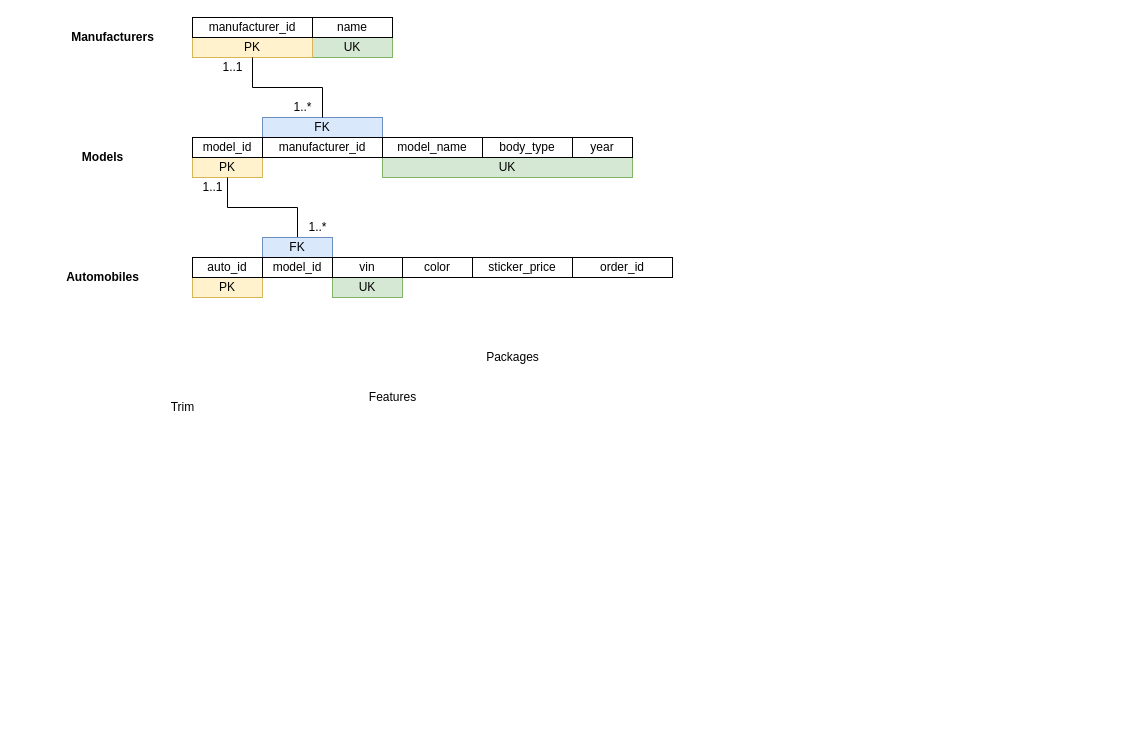
Earlier version of the draw.io diagram page "Scheme" (2 of 2) of Project 2.drawio (AnthraciteData/CECS-323-). Source tidied: cells renumbered, new cells numbered last; positions are measured from the earlier drawing's top-left corner, leaving out a move shared by most shapes. Both pictures are drawn from the tidied source at 100%, with x=0, y=0 at pixel (57, 17).
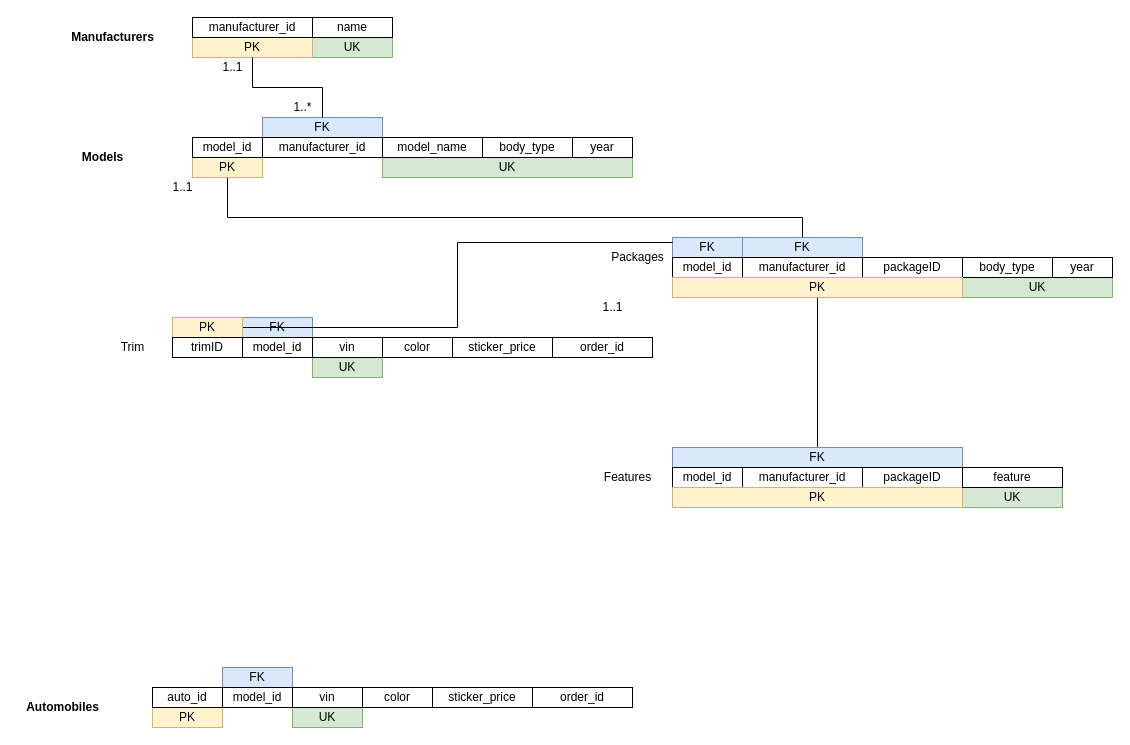
After the change.

Unchanged cells that the change refers to:
```xml
<mxCell id="12" value="PK" style="whiteSpace=wrap;html=1;fillColor=#fff2cc;strokeColor=#d6b656;" parent="1" vertex="1">
  <mxGeometry x="135" y="140" width="70" height="20" as="geometry" />
</mxCell>
```

What changed in the source:
```diff
@@
     <mxCell id="3" value="UK" style="whiteSpace=wrap;html=1;fillColor=#d5e8d4;strokeColor=#82b366;" parent="1" vertex="1">
-      <mxGeometry x="275" y="260" width="70" height="20" as="geometry" />
+      <mxGeometry x="235" y="690" width="70" height="20" as="geometry" />
     </mxCell>
     <mxCell id="4" value="vin" style="whiteSpace=wrap;html=1;" parent="1" vertex="1">
-      <mxGeometry x="275" y="240" width="70" height="20" as="geometry" />
+      <mxGeometry x="235" y="670" width="70" height="20" as="geometry" />
     </mxCell>
@@
+    <mxCell id="35" style="edgeStyle=orthogonalEdgeStyle;rounded=0;jettySize=auto;html=1;entryX=0.5;entryY=0;entryDx=0;entryDy=0;endArrow=none;endFill=0;" parent="1" edge="1" source="12" target="36">
+      <mxGeometry relative="1" as="geometry">
+        <Array as="points">
+          <mxPoint x="170" y="200" />
+          <mxPoint x="745" y="200" />
+        </Array>
+      </mxGeometry>
+    </mxCell>
@@
-    <mxCell id="21" style="edgeStyle=orthogonalEdgeStyle;rounded=0;jettySize=auto;html=1;entryX=0.5;entryY=1;entryDx=0;entryDy=0;endArrow=none;endFill=0;" parent="1" edge="1" source="22" target="12">
-      <mxGeometry relative="1" as="geometry" />
-    </mxCell>
     <mxCell id="22" value="FK" style="whiteSpace=wrap;html=1;fillColor=#dae8fc;strokeColor=#6c8ebf;" parent="1" vertex="1">
-      <mxGeometry x="205" y="220" width="70" height="20" as="geometry" />
+      <mxGeometry x="165" y="650" width="70" height="20" as="geometry" />
     </mxCell>
     <mxCell id="23" value="Automobiles" style="text;html=1;align=center;verticalAlign=middle;strokeColor=none;fillColor=none;fontStyle=1;" parent="1" vertex="1">
-      <mxGeometry y="250" width="90" height="20" as="geometry" />
+      <mxGeometry x="-40" y="680" width="90" height="20" as="geometry" />
     </mxCell>
     <mxCell id="24" value="PK" style="whiteSpace=wrap;html=1;fillColor=#fff2cc;strokeColor=#d6b656;" parent="1" vertex="1">
-      <mxGeometry x="135" y="260" width="70" height="20" as="geometry" />
+      <mxGeometry x="95" y="690" width="70" height="20" as="geometry" />
     </mxCell>
     <mxCell id="25" value="auto_id" style="whiteSpace=wrap;html=1;" parent="1" vertex="1">
-      <mxGeometry x="135" y="240" width="70" height="20" as="geometry" />
+      <mxGeometry x="95" y="670" width="70" height="20" as="geometry" />
     </mxCell>
     <mxCell id="26" value="model_id" style="whiteSpace=wrap;html=1;" parent="1" vertex="1">
-      <mxGeometry x="205" y="240" width="70" height="20" as="geometry" />
+      <mxGeometry x="165" y="670" width="70" height="20" as="geometry" />
     </mxCell>
     <mxCell id="27" value="1..1" style="text;html=1;align=center;verticalAlign=middle;strokeColor=none;fillColor=none;" parent="1" vertex="1">
-      <mxGeometry x="135" y="160" width="40" height="20" as="geometry" />
+      <mxGeometry x="105" y="160" width="40" height="20" as="geometry" />
     </mxCell>
-    <mxCell id="28" value="1..*" style="text;html=1;align=center;verticalAlign=middle;strokeColor=none;fillColor=none;" parent="1" vertex="1">
-      <mxGeometry x="245" y="200" width="30" height="20" as="geometry" />
-    </mxCell>
     <mxCell id="29" value="color" style="whiteSpace=wrap;html=1;" parent="1" vertex="1">
-      <mxGeometry x="345" y="240" width="70" height="20" as="geometry" />
+      <mxGeometry x="305" y="670" width="70" height="20" as="geometry" />
     </mxCell>
     <mxCell id="30" value="sticker_price" style="whiteSpace=wrap;html=1;" parent="1" vertex="1">
-      <mxGeometry x="415" y="240" width="100" height="20" as="geometry" />
+      <mxGeometry x="375" y="670" width="100" height="20" as="geometry" />
     </mxCell>
     <mxCell id="31" value="order_id" style="whiteSpace=wrap;html=1;" parent="1" vertex="1">
-      <mxGeometry x="515" y="240" width="100" height="20" as="geometry" />
+      <mxGeometry x="475" y="670" width="100" height="20" as="geometry" />
     </mxCell>
     <mxCell id="32" value="Trim" style="text;html=1;align=center;verticalAlign=middle;strokeColor=none;fillColor=none;" parent="1" vertex="1">
-      <mxGeometry x="105" y="380" width="40" height="20" as="geometry" />
+      <mxGeometry x="55" y="320" width="40" height="20" as="geometry" />
     </mxCell>
     <mxCell id="33" value="Features" style="text;html=1;align=center;verticalAlign=middle;strokeColor=none;fillColor=none;" parent="1" vertex="1">
-      <mxGeometry x="305" y="370" width="60" height="20" as="geometry" />
+      <mxGeometry x="540" y="450" width="60" height="20" as="geometry" />
     </mxCell>
     <mxCell id="34" value="Packages" style="text;html=1;align=center;verticalAlign=middle;strokeColor=none;fillColor=none;" parent="1" vertex="1">
-      <mxGeometry x="420" y="330" width="70" height="20" as="geometry" />
+      <mxGeometry x="545" y="230" width="70" height="20" as="geometry" />
     </mxCell>
+    <mxCell id="36" value="FK" style="whiteSpace=wrap;html=1;fillColor=#dae8fc;strokeColor=#6c8ebf;" parent="1" vertex="1">
+      <mxGeometry x="685" y="220" width="120" height="20" as="geometry" />
+    </mxCell>
+    <mxCell id="37" value="UK" style="whiteSpace=wrap;html=1;fillColor=#d5e8d4;strokeColor=#82b366;" parent="1" vertex="1">
+      <mxGeometry x="905" y="260" width="150" height="20" as="geometry" />
+    </mxCell>
+    <mxCell id="38" value="FK" style="whiteSpace=wrap;html=1;fillColor=#dae8fc;strokeColor=#6c8ebf;" parent="1" vertex="1">
+      <mxGeometry x="615" y="220" width="70" height="20" as="geometry" />
+    </mxCell>
+    <mxCell id="39" value="model_id" style="whiteSpace=wrap;html=1;" parent="1" vertex="1">
+      <mxGeometry x="615" y="240" width="70" height="20" as="geometry" />
+    </mxCell>
+    <mxCell id="40" value="packageID" style="whiteSpace=wrap;html=1;" parent="1" vertex="1">
+      <mxGeometry x="805" y="240" width="100" height="20" as="geometry" />
+    </mxCell>
+    <mxCell id="41" value="manufacturer_id" style="whiteSpace=wrap;html=1;" parent="1" vertex="1">
+      <mxGeometry x="685" y="240" width="120" height="20" as="geometry" />
+    </mxCell>
+    <mxCell id="42" value="body_type" style="whiteSpace=wrap;html=1;" parent="1" vertex="1">
+      <mxGeometry x="905" y="240" width="90" height="20" as="geometry" />
+    </mxCell>
+    <mxCell id="43" value="year" style="whiteSpace=wrap;html=1;" parent="1" vertex="1">
+      <mxGeometry x="995" y="240" width="60" height="20" as="geometry" />
+    </mxCell>
+    <mxCell id="44" value="1..1" style="text;html=1;align=center;verticalAlign=middle;strokeColor=none;fillColor=none;" parent="1" vertex="1">
+      <mxGeometry x="535" y="280" width="40" height="20" as="geometry" />
+    </mxCell>
+    <mxCell id="45" value="UK" style="whiteSpace=wrap;html=1;fillColor=#d5e8d4;strokeColor=#82b366;" parent="1" vertex="1">
+      <mxGeometry x="255" y="340" width="70" height="20" as="geometry" />
+    </mxCell>
+    <mxCell id="46" value="vin" style="whiteSpace=wrap;html=1;" parent="1" vertex="1">
+      <mxGeometry x="255" y="320" width="70" height="20" as="geometry" />
+    </mxCell>
+    <mxCell id="47" value="FK" style="whiteSpace=wrap;html=1;fillColor=#dae8fc;strokeColor=#6c8ebf;" parent="1" vertex="1">
+      <mxGeometry x="185" y="300" width="70" height="20" as="geometry" />
+    </mxCell>
+    <mxCell id="48" style="edgeStyle=orthogonalEdgeStyle;rounded=0;jettySize=auto;html=1;endArrow=none;endFill=0;entryX=0;entryY=0.25;entryDx=0;entryDy=0;" parent="1" edge="1" source="49" target="38">
+      <mxGeometry relative="1" as="geometry" />
+    </mxCell>
+    <mxCell id="49" value="PK" style="whiteSpace=wrap;html=1;fillColor=#fff2cc;strokeColor=#d6b656;" parent="1" vertex="1">
+      <mxGeometry x="115" y="300" width="70" height="20" as="geometry" />
+    </mxCell>
+    <mxCell id="50" value="trimID" style="whiteSpace=wrap;html=1;" parent="1" vertex="1">
+      <mxGeometry x="115" y="320" width="70" height="20" as="geometry" />
+    </mxCell>
+    <mxCell id="51" value="model_id" style="whiteSpace=wrap;html=1;" parent="1" vertex="1">
+      <mxGeometry x="185" y="320" width="70" height="20" as="geometry" />
+    </mxCell>
+    <mxCell id="52" value="color" style="whiteSpace=wrap;html=1;" parent="1" vertex="1">
+      <mxGeometry x="325" y="320" width="70" height="20" as="geometry" />
+    </mxCell>
+    <mxCell id="53" value="sticker_price" style="whiteSpace=wrap;html=1;" parent="1" vertex="1">
+      <mxGeometry x="395" y="320" width="100" height="20" as="geometry" />
+    </mxCell>
+    <mxCell id="54" value="order_id" style="whiteSpace=wrap;html=1;" parent="1" vertex="1">
+      <mxGeometry x="495" y="320" width="100" height="20" as="geometry" />
+    </mxCell>
+    <mxCell id="55" style="edgeStyle=orthogonalEdgeStyle;rounded=0;jettySize=auto;html=1;endArrow=none;endFill=0;" parent="1" edge="1" source="56" target="57">
+      <mxGeometry relative="1" as="geometry" />
+    </mxCell>
+    <mxCell id="56" value="PK" style="whiteSpace=wrap;html=1;fillColor=#fff2cc;strokeColor=#d6b656;" parent="1" vertex="1">
+      <mxGeometry x="615" y="260" width="290" height="20" as="geometry" />
+    </mxCell>
+    <mxCell id="57" value="FK" style="whiteSpace=wrap;html=1;fillColor=#dae8fc;strokeColor=#6c8ebf;" parent="1" vertex="1">
+      <mxGeometry x="615" y="430" width="290" height="20" as="geometry" />
+    </mxCell>
+    <mxCell id="58" value="UK" style="whiteSpace=wrap;html=1;fillColor=#d5e8d4;strokeColor=#82b366;" parent="1" vertex="1">
+      <mxGeometry x="905" y="470" width="100" height="20" as="geometry" />
+    </mxCell>
+    <mxCell id="59" value="model_id" style="whiteSpace=wrap;html=1;" parent="1" vertex="1">
+      <mxGeometry x="615" y="450" width="70" height="20" as="geometry" />
+    </mxCell>
+    <mxCell id="60" value="packageID" style="whiteSpace=wrap;html=1;" parent="1" vertex="1">
+      <mxGeometry x="805" y="450" width="100" height="20" as="geometry" />
+    </mxCell>
+    <mxCell id="61" value="manufacturer_id" style="whiteSpace=wrap;html=1;" parent="1" vertex="1">
+      <mxGeometry x="685" y="450" width="120" height="20" as="geometry" />
+    </mxCell>
+    <mxCell id="62" value="PK" style="whiteSpace=wrap;html=1;fillColor=#fff2cc;strokeColor=#d6b656;" parent="1" vertex="1">
+      <mxGeometry x="615" y="470" width="290" height="20" as="geometry" />
+    </mxCell>
+    <mxCell id="63" value="feature" style="whiteSpace=wrap;html=1;" parent="1" vertex="1">
+      <mxGeometry x="905" y="450" width="100" height="20" as="geometry" />
+    </mxCell>
```
